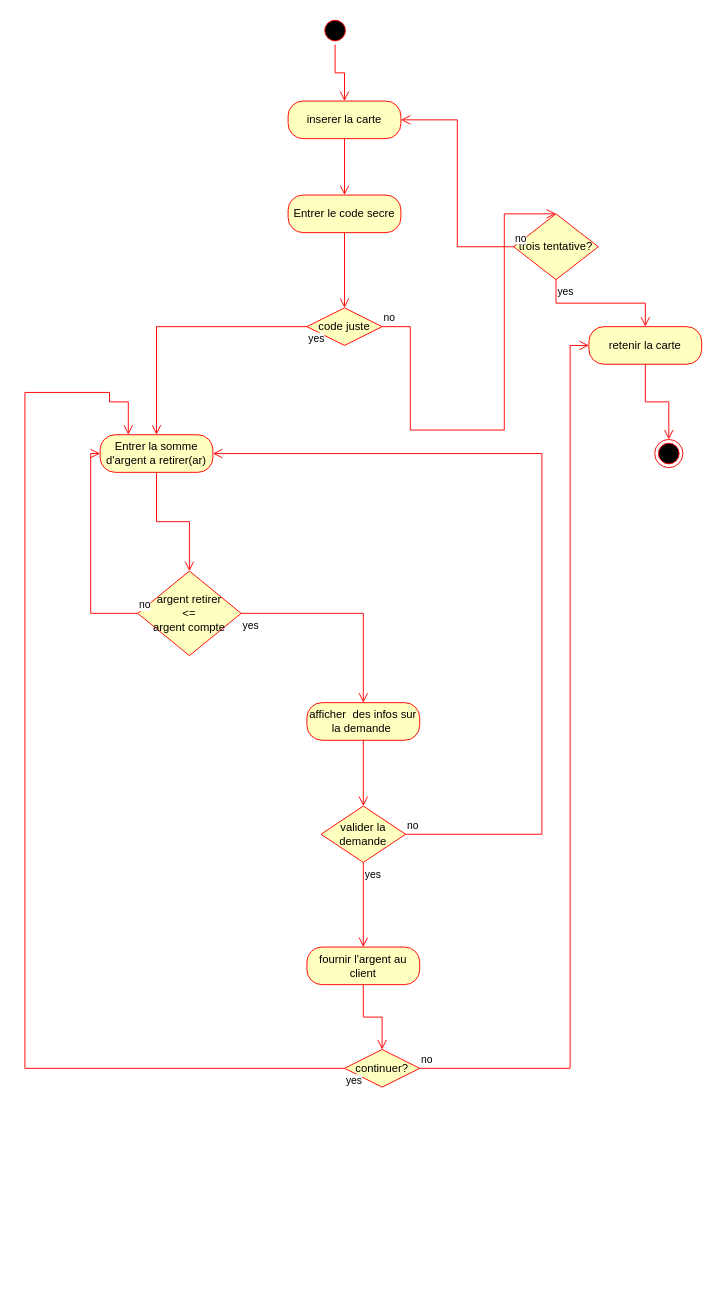
This is diagrams/finate state machine diagram.drawio from shAtud/atm-simulator, a draw.io file, before an edit. Source tidied: cells renumbered, new cells numbered last; positions are measured from the earlier drawing's top-left corner, leaving out a move shared by most shapes. Both pictures are drawn from the tidied source at 94%, with x=0, y=0 at pixel (24, 16).
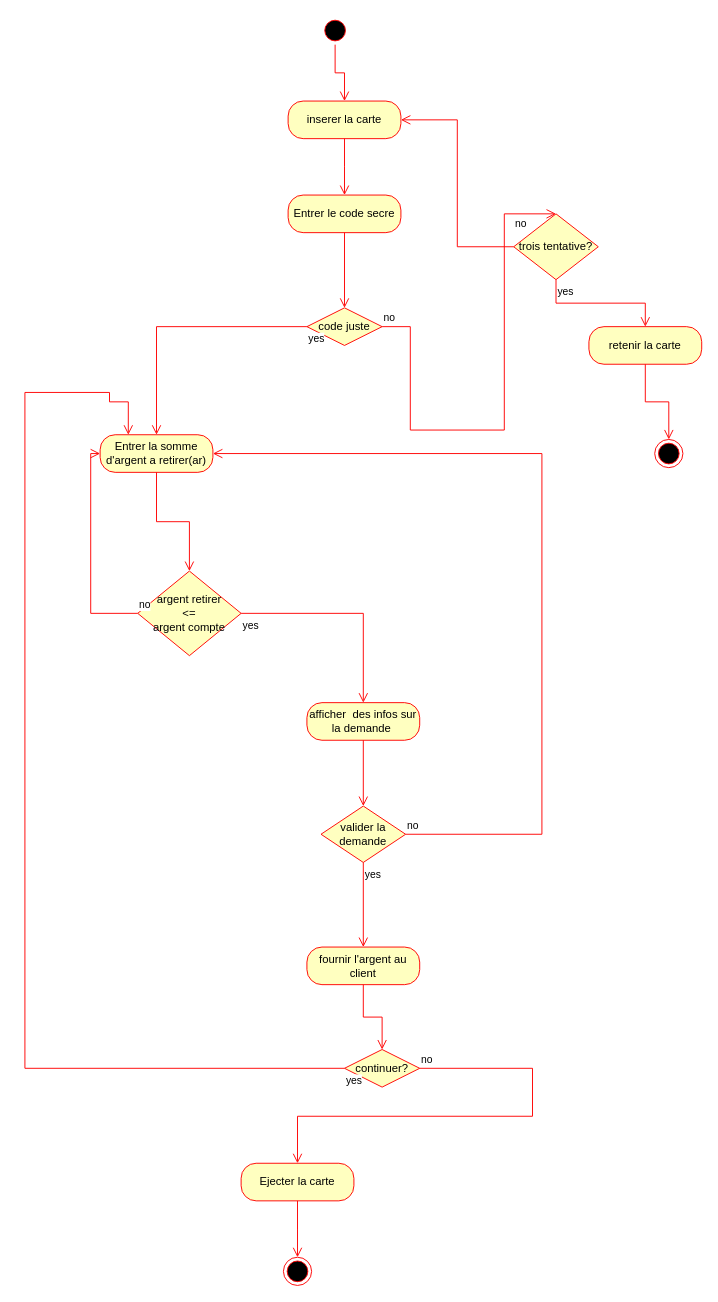
The same page after the edit.

The change refers to these unchanged cells:
```xml
<mxCell id="7" value="inserer la carte" style="rounded=1;whiteSpace=wrap;html=1;arcSize=40;fontColor=#000000;fillColor=#ffffc0;strokeColor=#ff0000;" parent="1" vertex="1">
  <mxGeometry x="280" y="90" width="120" height="40" as="geometry" />
</mxCell>
<mxCell id="11" value="trois tentative?" style="rhombus;whiteSpace=wrap;html=1;fillColor=#ffffc0;strokeColor=#ff0000;" parent="1" vertex="1">
  <mxGeometry x="520" y="210" width="90" height="70" as="geometry" />
</mxCell>
<mxCell id="14" value="retenir la carte" style="rounded=1;whiteSpace=wrap;html=1;arcSize=40;fontColor=#000000;fillColor=#ffffc0;strokeColor=#ff0000;" parent="1" vertex="1">
  <mxGeometry x="600" y="330" width="120" height="40" as="geometry" />
</mxCell>
<mxCell id="29" value="continuer?" style="rhombus;whiteSpace=wrap;html=1;fillColor=#ffffc0;strokeColor=#ff0000;" parent="1" vertex="1">
  <mxGeometry x="340" y="1099" width="80" height="40" as="geometry" />
</mxCell>
```

The edit, as a diff of the source:
```diff
@@
     <mxCell id="12" value="no" style="edgeStyle=orthogonalEdgeStyle;html=1;align=left;verticalAlign=bottom;endArrow=open;endSize=8;strokeColor=#ff0000;rounded=0;entryX=1;entryY=0.5;entryDx=0;entryDy=0;" parent="1" edge="1" source="11" target="7">
-      <mxGeometry x="-1" relative="1" as="geometry" />
+      <mxGeometry x="-1" y="-15" relative="1" as="geometry" />
     </mxCell>
@@
-    <mxCell id="30" value="no" style="edgeStyle=orthogonalEdgeStyle;html=1;align=left;verticalAlign=bottom;endArrow=open;endSize=8;strokeColor=#ff0000;rounded=0;entryX=0;entryY=0.5;entryDx=0;entryDy=0;" parent="1" edge="1" source="29" target="14">
+    <mxCell id="30" value="no" style="edgeStyle=orthogonalEdgeStyle;html=1;align=left;verticalAlign=bottom;endArrow=open;endSize=8;strokeColor=#ff0000;rounded=0;entryX=0.5;entryY=0;entryDx=0;entryDy=0;" parent="1" edge="1" source="29" target="32">
       <mxGeometry x="-1" relative="1" as="geometry">
         <Array as="points">
-          <mxPoint x="580" y="1119" />
-          <mxPoint x="580" y="350" />
+          <mxPoint x="540" y="1119" />
+          <mxPoint x="540" y="1170" />
+          <mxPoint x="290" y="1170" />
         </Array>
       </mxGeometry>
     </mxCell>
@@
+    <mxCell id="32" value="Ejecter la carte" style="rounded=1;whiteSpace=wrap;html=1;arcSize=40;fontColor=#000000;fillColor=#ffffc0;strokeColor=#ff0000;" parent="1" vertex="1">
+      <mxGeometry x="230" y="1220" width="120" height="40" as="geometry" />
+    </mxCell>
+    <mxCell id="33" style="edgeStyle=orthogonalEdgeStyle;html=1;verticalAlign=bottom;endArrow=open;endSize=8;strokeColor=#ff0000;rounded=0;" parent="1" edge="1" source="32">
+      <mxGeometry relative="1" as="geometry">
+        <mxPoint x="290" y="1320" as="targetPoint" />
+      </mxGeometry>
+    </mxCell>
+    <mxCell id="34" style="ellipse;html=1;shape=endState;fillColor=#000000;strokeColor=#ff0000;" parent="1" vertex="1">
+      <mxGeometry x="275" y="1320" width="30" height="30" as="geometry" />
+    </mxCell>
```
